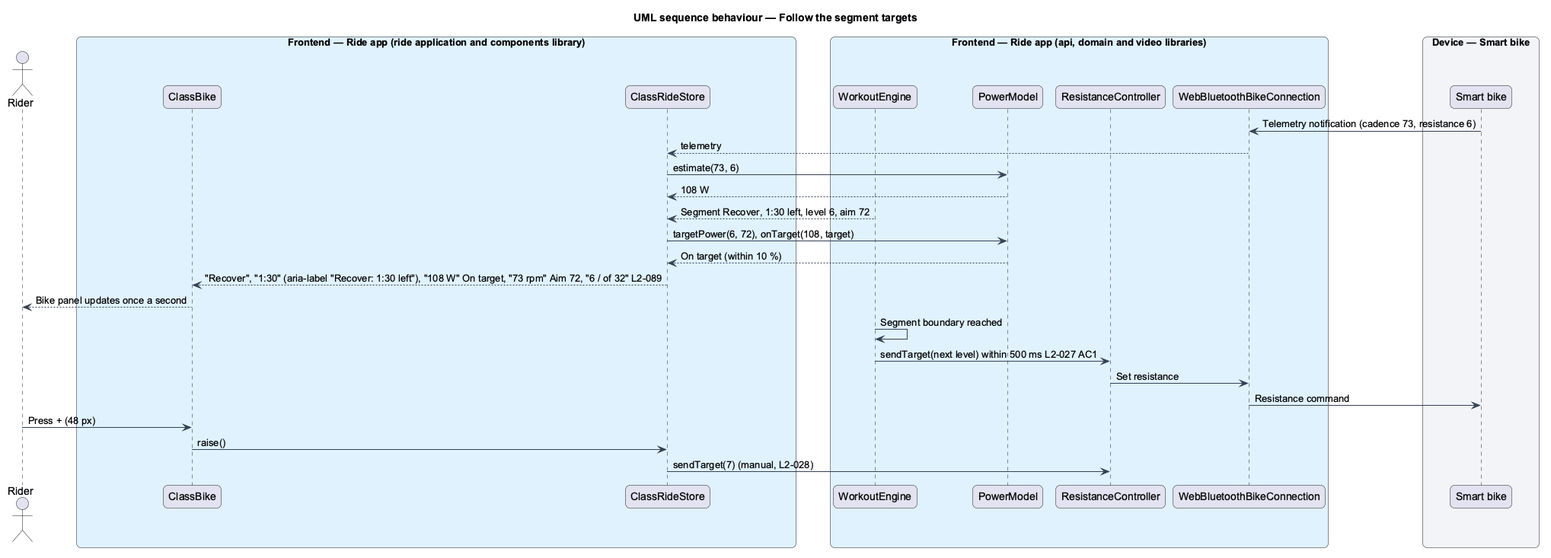
This is docs/detailed-designs/classes/ride-a-class/diagrams/sequence-follow-the-segment-targets.png from QuinntyneBrown/ride-one, a PlantUML export, as it was before one commit. The source it was exported from:
```plantuml
@startuml
title UML sequence behaviour — Follow the segment targets
skinparam backgroundColor #FFFFFF
skinparam shadowing false
skinparam roundcorner 12
skinparam defaultFontName Arial
skinparam ArrowColor #344054
skinparam rectangle {
  BorderColor #344054
  FontColor #101828
}
skinparam package {
  BorderColor #667085
  FontColor #101828
  BackgroundColor #F9FAFB
}
actor "Rider" as rider
box "Frontend — Ride app (ride application and components library)" #E0F2FE
  participant "ClassBike" as panel
  participant "ClassRideStore" as store
end box
box "Frontend — Ride app (api, domain and video libraries)" #E0F2FE
  participant "WorkoutEngine" as engine
  participant "PowerModel" as power
  participant "ResistanceController" as resist
  participant "WebBluetoothBikeConnection" as conn
end box
box "Device — Smart bike" #F2F4F7
  participant "Smart bike" as bike
end box
bike -> conn : Telemetry notification (cadence 73, resistance 6)
conn --> store : telemetry
store -> power : estimate(73, 6)
power --> store : 108 W
engine --> store : Segment Recover, 1:30 left, level 6, aim 72
store -> power : targetPower(6, 72), onTarget(108, target)
power --> store : On target (within 10 %)
store --> panel : "Recover", "1:30" (aria-label "Recover: 1:30 left"), "108 W" On target, "73 rpm" Aim 72, "6 / of 32" L2-089
panel --> rider : Bike panel updates once a second
engine -> engine : Segment boundary reached
engine -> resist : sendTarget(next level) within 500 ms L2-027 AC1
resist -> conn : Set resistance
conn -> bike : Resistance command
rider -> panel : Press + (48 px)
panel -> store : raise()
store -> resist : sendTarget(7) (manual, L2-028)
@enduml
```
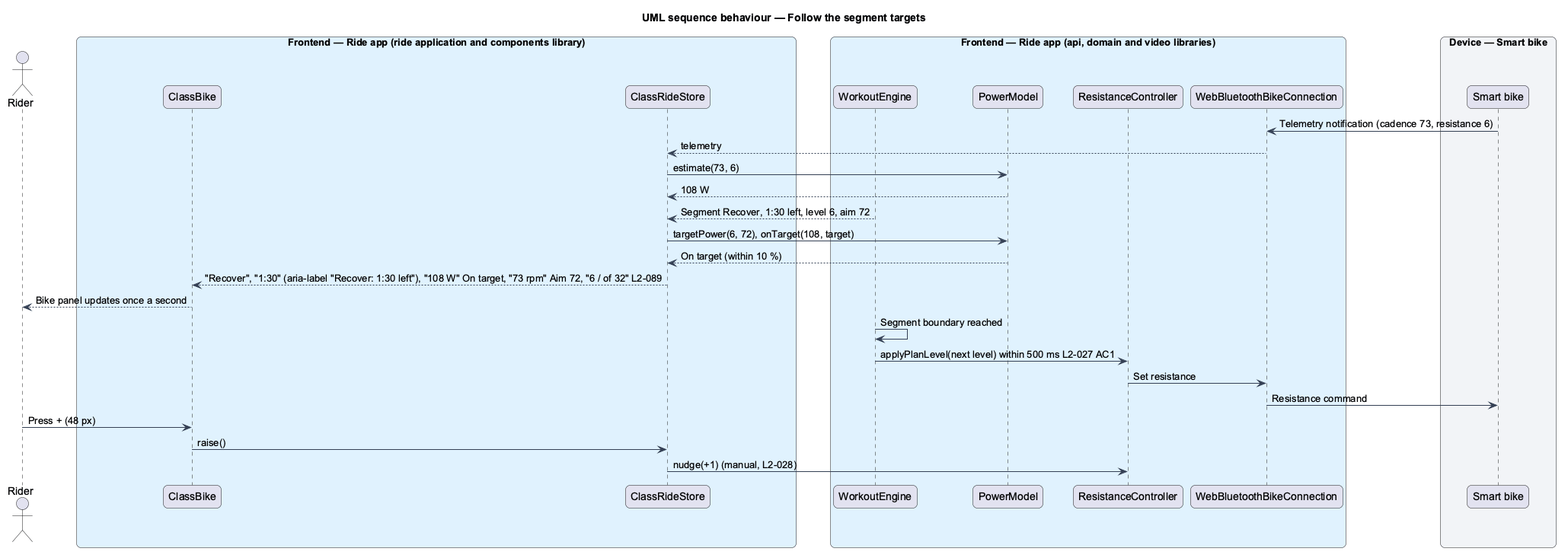
Later version of the same file.

The edit, as a diff of the source:
```diff
@@ -38,10 +38,10 @@
 store --> panel : "Recover", "1:30" (aria-label "Recover: 1:30 left"), "108 W" On target, "73 rpm" Aim 72, "6 / of 32" L2-089
 panel --> rider : Bike panel updates once a second
 engine -> engine : Segment boundary reached
-engine -> resist : sendTarget(next level) within 500 ms L2-027 AC1
+engine -> resist : applyPlanLevel(next level) within 500 ms L2-027 AC1
 resist -> conn : Set resistance
 conn -> bike : Resistance command
 rider -> panel : Press + (48 px)
 panel -> store : raise()
-store -> resist : sendTarget(7) (manual, L2-028)
+store -> resist : nudge(+1) (manual, L2-028)
 @enduml
```
